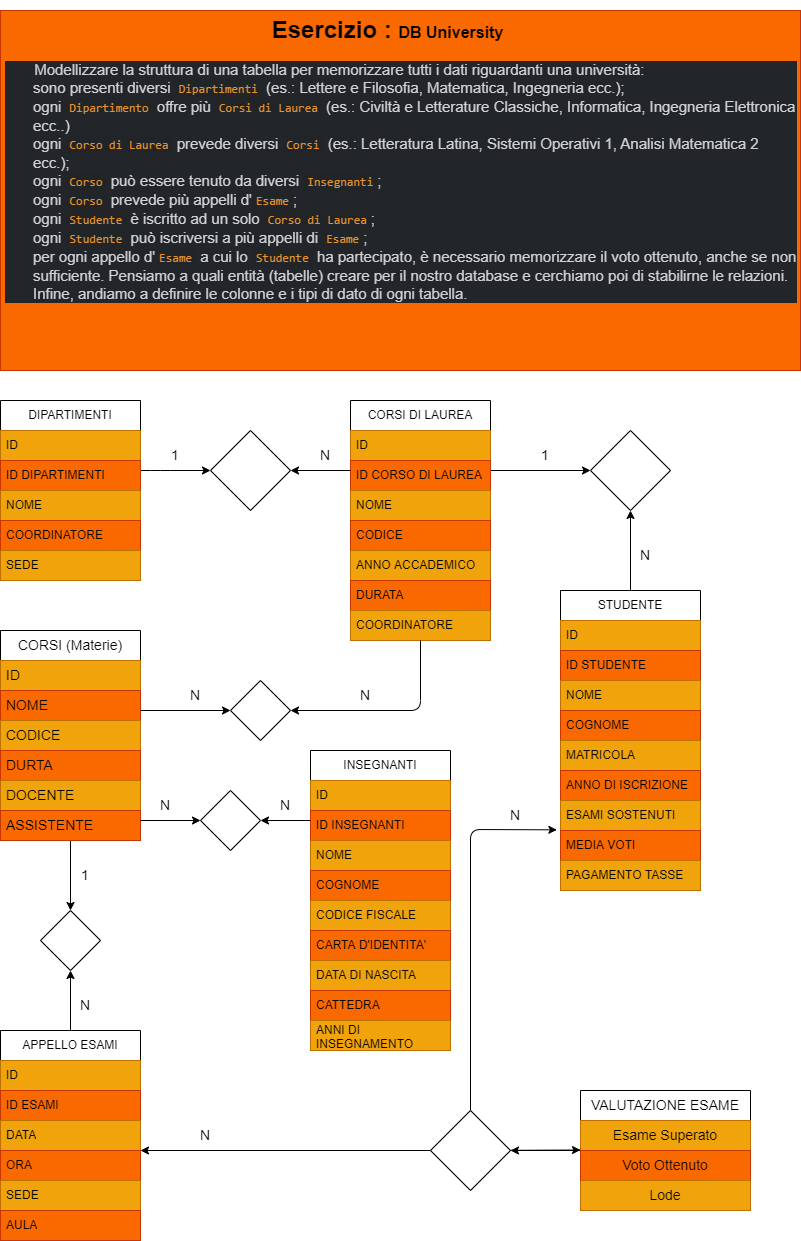
The draw.io diagram index.png in Huntney1/db-university, before a commit. Source tidied: cells renumbered, new cells last; positions are measured from the earlier drawing's top-left corner, leaving out a move shared by most shapes.
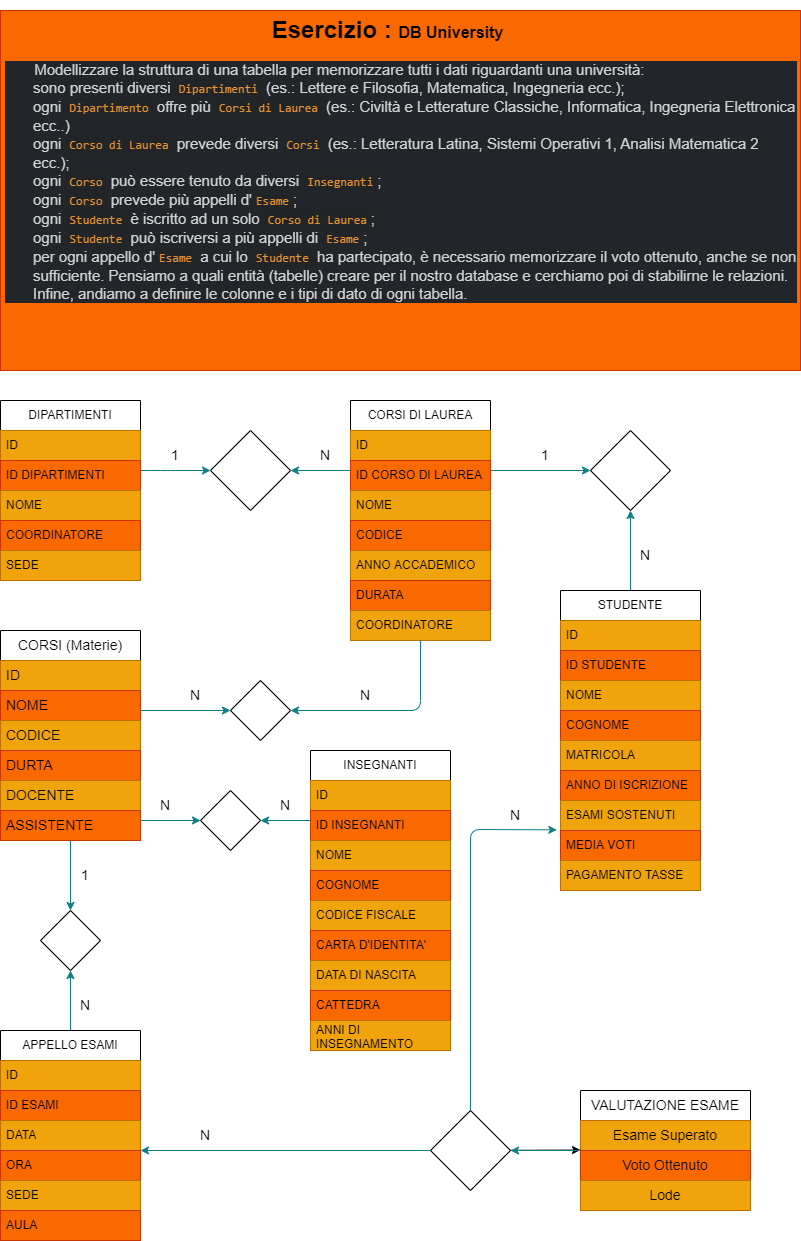
Above is the later version.

Change to the diagram source:
```diff
@@ -2,7 +2,7 @@
   <root>
     <mxCell id="0" />
     <mxCell id="1" parent="0" />
-    <mxCell id="2" style="edgeStyle=none;html=1;fontSize=14;" parent="1" edge="1" target="51">
+    <mxCell id="2" style="edgeStyle=none;html=1;fontSize=14;fillColor=#b0e3e6;strokeColor=#0e8088;" parent="1" edge="1" target="51">
       <mxGeometry relative="1" as="geometry">
         <mxPoint x="490" y="460" as="sourcePoint" />
       </mxGeometry>
@@ -31,7 +31,7 @@
     <mxCell id="10" value="COORDINATORE" style="text;strokeColor=#BD7000;fillColor=#f0a30a;align=left;verticalAlign=middle;spacingLeft=4;spacingRight=4;overflow=hidden;points=[[0,0.5],[1,0.5]];portConstraint=eastwest;whiteSpace=wrap;html=1;fontColor=#000000;" parent="3" vertex="1">
       <mxGeometry y="210" width="140" height="30" as="geometry" />
     </mxCell>
-    <mxCell id="11" style="edgeStyle=none;html=1;fontSize=14;" parent="1" edge="1" target="18">
+    <mxCell id="11" style="edgeStyle=none;html=1;fontSize=14;strokeColor=#0e8088;fillColor=#b0e3e6;" parent="1" edge="1" target="18">
       <mxGeometry relative="1" as="geometry">
         <mxPoint x="140" y="460" as="sourcePoint" />
         <Array as="points">
@@ -90,7 +90,7 @@
     <mxCell id="28" value="ANNI DI INSEGNAMENTO" style="text;strokeColor=#BD7000;fillColor=#f0a30a;align=left;verticalAlign=middle;spacingLeft=4;spacingRight=4;overflow=hidden;whiteSpace=wrap;html=1;fontColor=#000000;" parent="19" vertex="1">
       <mxGeometry y="270" width="140" height="30" as="geometry" />
     </mxCell>
-    <mxCell id="29" style="edgeStyle=none;html=1;fontSize=14;" parent="1" edge="1" source="30" target="66">
+    <mxCell id="29" style="edgeStyle=none;html=1;fontSize=14;fillColor=#b0e3e6;strokeColor=#0e8088;" parent="1" edge="1" source="30" target="66">
       <mxGeometry relative="1" as="geometry" />
     </mxCell>
     <mxCell id="30" value="APPELLO ESAMI" style="swimlane;fontStyle=0;horizontal=1;startSize=30;whiteSpace=wrap;html=1;" parent="1" vertex="1">
@@ -114,7 +114,7 @@
     <mxCell id="36" value="AULA" style="text;strokeColor=#C73500;fillColor=#fa6800;align=left;verticalAlign=middle;spacingLeft=4;spacingRight=4;overflow=hidden;whiteSpace=wrap;html=1;fontColor=#000000;" parent="30" vertex="1">
       <mxGeometry y="180" width="140" height="30" as="geometry" />
     </mxCell>
-    <mxCell id="37" style="edgeStyle=none;html=1;fontSize=14;" parent="1" edge="1" source="38" target="51">
+    <mxCell id="37" style="edgeStyle=none;html=1;fontSize=14;fillColor=#b0e3e6;strokeColor=#0e8088;" parent="1" edge="1" source="38" target="51">
       <mxGeometry relative="1" as="geometry" />
     </mxCell>
     <mxCell id="38" value="STUDENTE" style="swimlane;fontStyle=0;horizontal=1;startSize=30;whiteSpace=wrap;html=1;" parent="1" vertex="1">
@@ -159,7 +159,7 @@
     <mxCell id="51" style="rhombus;whiteSpace=wrap;html=1;fontSize=14;" parent="1" vertex="1">
       <mxGeometry x="590" y="420" width="80" height="80" as="geometry" />
     </mxCell>
-    <mxCell id="52" style="edgeStyle=none;html=1;fontSize=14;" parent="1" edge="1" source="53" target="66">
+    <mxCell id="52" style="edgeStyle=none;html=1;fontSize=14;fillColor=#b0e3e6;strokeColor=#0e8088;" parent="1" edge="1" source="53" target="66">
       <mxGeometry relative="1" as="geometry" />
     </mxCell>
     <mxCell id="53" value="CORSI (Materie)" style="swimlane;fontStyle=0;horizontal=1;startSize=30;whiteSpace=wrap;html=1;fontSize=14;" parent="1" vertex="1">
@@ -189,12 +189,12 @@
     <mxCell id="61" style="rhombus;whiteSpace=wrap;html=1;fontSize=14;" parent="1" vertex="1">
       <mxGeometry x="200" y="780" width="60" height="60" as="geometry" />
     </mxCell>
-    <mxCell id="62" style="edgeStyle=none;html=1;fontSize=14;" parent="1" edge="1" source="65">
+    <mxCell id="62" style="edgeStyle=none;html=1;fontSize=14;fillColor=#b0e3e6;strokeColor=#0e8088;" parent="1" edge="1" source="65">
       <mxGeometry relative="1" as="geometry">
         <mxPoint x="140" y="1140" as="targetPoint" />
       </mxGeometry>
     </mxCell>
-    <mxCell id="63" style="edgeStyle=none;html=1;entryX=-0.026;entryY=-0.022;entryDx=0;entryDy=0;entryPerimeter=0;fontSize=14;" parent="1" edge="1" source="65" target="46">
+    <mxCell id="63" style="edgeStyle=none;html=1;entryX=-0.026;entryY=-0.022;entryDx=0;entryDy=0;entryPerimeter=0;fontSize=14;fillColor=#b0e3e6;strokeColor=#0e8088;" parent="1" edge="1" source="65" target="46">
       <mxGeometry relative="1" as="geometry">
         <Array as="points">
           <mxPoint x="470" y="819" />
@@ -210,7 +210,7 @@
     <mxCell id="66" style="rhombus;whiteSpace=wrap;html=1;fontSize=14;" parent="1" vertex="1">
       <mxGeometry x="40" y="900" width="60" height="60" as="geometry" />
     </mxCell>
-    <mxCell id="67" style="edgeStyle=none;html=1;entryX=1;entryY=0.5;entryDx=0;entryDy=0;fontSize=14;" parent="1" edge="1" target="18">
+    <mxCell id="67" style="edgeStyle=none;html=1;entryX=1;entryY=0.5;entryDx=0;entryDy=0;fontSize=14;fillColor=#b0e3e6;strokeColor=#0e8088;" parent="1" edge="1" target="18">
       <mxGeometry relative="1" as="geometry">
         <mxPoint x="350" y="460" as="sourcePoint" />
       </mxGeometry>
@@ -221,14 +221,14 @@
     <mxCell id="69" value="N" style="text;html=1;strokeColor=none;fillColor=none;align=center;verticalAlign=middle;whiteSpace=wrap;rounded=0;fontSize=14;" parent="1" vertex="1">
       <mxGeometry x="630" y="530" width="30" height="30" as="geometry" />
     </mxCell>
-    <mxCell id="70" style="edgeStyle=none;html=1;fontSize=14;" parent="1" edge="1" source="10" target="60">
+    <mxCell id="70" style="edgeStyle=none;html=1;fontSize=14;fillColor=#b0e3e6;strokeColor=#0e8088;" parent="1" edge="1" source="10" target="60">
       <mxGeometry relative="1" as="geometry">
         <Array as="points">
           <mxPoint x="420" y="700" />
         </Array>
       </mxGeometry>
     </mxCell>
-    <mxCell id="71" style="edgeStyle=none;html=1;entryX=0;entryY=0.5;entryDx=0;entryDy=0;fontSize=14;" parent="1" edge="1" target="60">
+    <mxCell id="71" style="edgeStyle=none;html=1;entryX=0;entryY=0.5;entryDx=0;entryDy=0;fontSize=14;fillColor=#b0e3e6;strokeColor=#0e8088;" parent="1" edge="1" target="60">
       <mxGeometry relative="1" as="geometry">
         <mxPoint x="140" y="700" as="sourcePoint" />
       </mxGeometry>
@@ -239,12 +239,12 @@
     <mxCell id="73" value="N" style="text;html=1;strokeColor=none;fillColor=none;align=center;verticalAlign=middle;whiteSpace=wrap;rounded=0;fontSize=14;" parent="1" vertex="1">
       <mxGeometry x="180" y="670" width="30" height="30" as="geometry" />
     </mxCell>
-    <mxCell id="74" style="edgeStyle=none;html=1;entryX=0;entryY=0.5;entryDx=0;entryDy=0;fontSize=14;" parent="1" edge="1" target="61">
+    <mxCell id="74" style="edgeStyle=none;html=1;entryX=0;entryY=0.5;entryDx=0;entryDy=0;fontSize=14;fillColor=#b0e3e6;strokeColor=#0e8088;" parent="1" edge="1" target="61">
       <mxGeometry relative="1" as="geometry">
         <mxPoint x="140" y="810" as="sourcePoint" />
       </mxGeometry>
     </mxCell>
-    <mxCell id="75" style="edgeStyle=none;html=1;entryX=1;entryY=0.5;entryDx=0;entryDy=0;fontSize=14;" parent="1" edge="1" target="61">
+    <mxCell id="75" style="edgeStyle=none;html=1;entryX=1;entryY=0.5;entryDx=0;entryDy=0;fontSize=14;fillColor=#b0e3e6;strokeColor=#0e8088;" parent="1" edge="1" target="61">
       <mxGeometry relative="1" as="geometry">
         <mxPoint x="310" y="810" as="sourcePoint" />
       </mxGeometry>
@@ -267,7 +267,7 @@
     <mxCell id="81" value="N" style="text;html=1;strokeColor=none;fillColor=none;align=center;verticalAlign=middle;whiteSpace=wrap;rounded=0;fontSize=14;" parent="1" vertex="1">
       <mxGeometry x="500" y="790" width="30" height="30" as="geometry" />
     </mxCell>
-    <mxCell id="82" style="edgeStyle=none;html=1;fontSize=14;" parent="1" edge="1" source="83" target="65">
+    <mxCell id="82" style="edgeStyle=none;html=1;fontSize=14;fillColor=#b0e3e6;strokeColor=#0e8088;" parent="1" edge="1" source="83" target="65">
       <mxGeometry relative="1" as="geometry" />
     </mxCell>
     <mxCell id="83" value="VALUTAZIONE ESAME" style="swimlane;fontStyle=0;horizontal=1;startSize=30;whiteSpace=wrap;html=1;fontSize=14;" parent="1" vertex="1">
```
